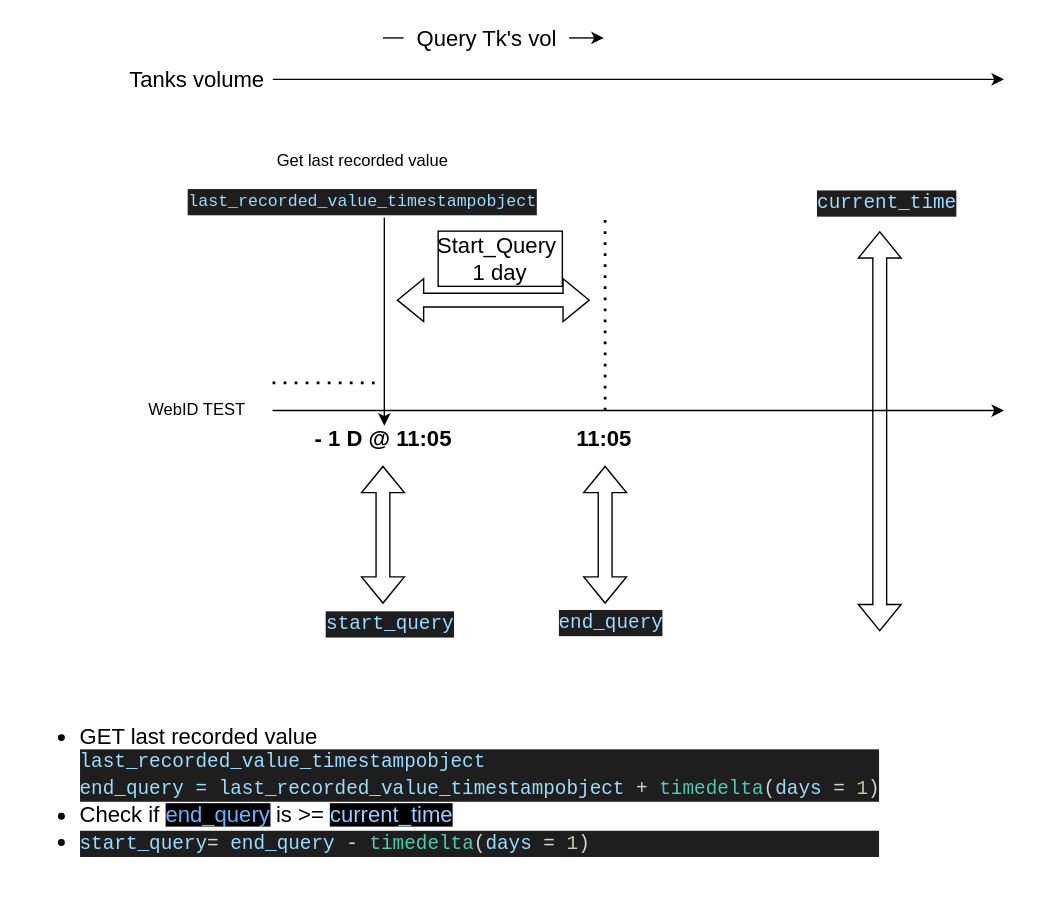
Earlier version of the draw.io diagram page "Page-4" (4 of 5) of Untitled Diagram.drawio (Wkurylo/docker_kubernetes_diagrams). Source tidied: cells renumbered, new cells numbered last; positions are measured from the earlier drawing's top-left corner, leaving out a move shared by most shapes. Both pictures are drawn from the tidied source at 138%, with x=0, y=0 at pixel (30, 23).
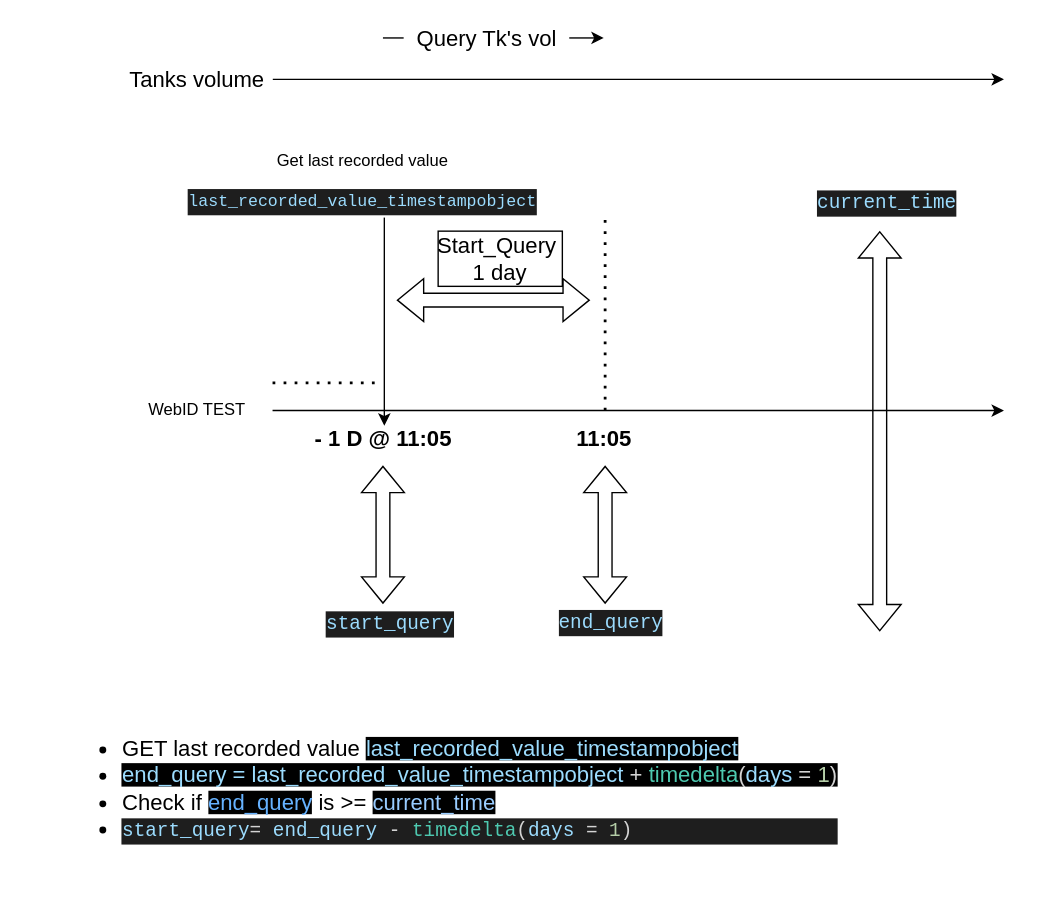
After the change.

The edit, as a diff of the source:
```diff
@@
-    <mxCell id="23" value="&lt;div align=&quot;left&quot;&gt;&lt;ul&gt;&lt;li&gt;GET last recorded value&lt;br&gt;&lt;div style=&quot;color: rgb(212 , 212 , 212) ; background-color: rgb(30 , 30 , 30) ; font-family: &amp;#34;consolas&amp;#34; , &amp;#34;courier new&amp;#34; , monospace ; font-weight: normal ; font-size: 14px ; line-height: 19px&quot;&gt;&lt;div&gt;&lt;span style=&quot;color: #9cdcfe&quot;&gt;last_recorded_value_timestampobject&lt;/span&gt;&lt;br&gt;&lt;span style=&quot;color: #9cdcfe&quot;&gt;end_query = last_recorded_value_timestampobject&lt;/span&gt;&lt;span style=&quot;color: #d4d4d4&quot;&gt; + &lt;/span&gt;&lt;span style=&quot;color: #4ec9b0&quot;&gt;timedelta&lt;/span&gt;&lt;span style=&quot;color: #d4d4d4&quot;&gt;(&lt;/span&gt;&lt;span style=&quot;color: #9cdcfe&quot;&gt;days&lt;/span&gt;&lt;span style=&quot;color: #d4d4d4&quot;&gt; = &lt;/span&gt;&lt;span style=&quot;color: #b5cea8&quot;&gt;1&lt;/span&gt;&lt;span style=&quot;color: #d4d4d4&quot;&gt;)&lt;/span&gt;&lt;span style=&quot;color: #9cdcfe&quot;&gt;&lt;/span&gt;&lt;span style=&quot;color: #9cdcfe&quot;&gt;&lt;/span&gt;&lt;span style=&quot;color: #9cdcfe&quot;&gt;&lt;/span&gt;&lt;/div&gt;&lt;/div&gt;&lt;/li&gt;&lt;li&gt;&lt;div&gt;Check if &lt;font color=&quot;#66B2FF&quot;&gt;&lt;span style=&quot;background-color: rgb(0 , 0 , 0)&quot;&gt;end_query&lt;/span&gt;&lt;/font&gt; is &amp;gt;= &lt;font color=&quot;#99CCFF&quot;&gt;&lt;span style=&quot;background-color: rgb(0 , 0 , 0)&quot;&gt;current_time&lt;/span&gt;&lt;/font&gt;&lt;/div&gt;&lt;/li&gt;&lt;li&gt;&lt;div style=&quot;color: rgb(212 , 212 , 212) ; background-color: rgb(30 , 30 , 30) ; font-family: &amp;#34;consolas&amp;#34; , &amp;#34;courier new&amp;#34; , monospace ; font-weight: normal ; font-size: 14px ; line-height: 19px&quot;&gt;&lt;div&gt;&lt;span style=&quot;color: #9cdcfe&quot;&gt;start_query&lt;/span&gt;&lt;span style=&quot;color: #d4d4d4&quot;&gt;= &lt;/span&gt;&lt;span style=&quot;color: #9cdcfe&quot;&gt;end_query&lt;/span&gt;&lt;span style=&quot;color: #d4d4d4&quot;&gt; - &lt;/span&gt;&lt;span style=&quot;color: #4ec9b0&quot;&gt;timedelta&lt;/span&gt;&lt;span style=&quot;color: #d4d4d4&quot;&gt;(&lt;/span&gt;&lt;span style=&quot;color: #9cdcfe&quot;&gt;days&lt;/span&gt;&lt;span style=&quot;color: #d4d4d4&quot;&gt; = &lt;/span&gt;&lt;span style=&quot;color: #b5cea8&quot;&gt;1&lt;/span&gt;&lt;span style=&quot;color: #d4d4d4&quot;&gt;)&lt;/span&gt;&lt;/div&gt;&lt;/div&gt;&lt;/li&gt;&lt;/ul&gt;&lt;/div&gt;" style="text;html=1;align=center;verticalAlign=middle;strokeColor=none;fillColor=#FFFFFF;fontSize=16;" parent="1" vertex="1">
-      <mxGeometry y="490" width="610" height="130" as="geometry" />
+    <mxCell id="23" value="&lt;div align=&quot;left&quot;&gt;&lt;ul&gt;&lt;li&gt;GET last recorded value&lt;span style=&quot;color: #9cdcfe&quot;&gt; &lt;span style=&quot;background-color: rgb(0 , 0 , 0)&quot;&gt;last_recorded_value_timestampobject&lt;/span&gt;&lt;/span&gt;&lt;span style=&quot;color: #9cdcfe&quot;&gt;&lt;/span&gt;&lt;/li&gt;&lt;li&gt;&lt;span style=&quot;background-color: rgb(0 , 0 , 0)&quot;&gt;&lt;span style=&quot;color: #9cdcfe&quot;&gt;end_query = last_recorded_value_timestampobject&lt;/span&gt;&lt;span style=&quot;color: #d4d4d4&quot;&gt; + &lt;/span&gt;&lt;span style=&quot;color: #4ec9b0&quot;&gt;timedelta&lt;/span&gt;&lt;span style=&quot;color: #d4d4d4&quot;&gt;(&lt;/span&gt;&lt;span style=&quot;color: #9cdcfe&quot;&gt;days&lt;/span&gt;&lt;span style=&quot;color: #d4d4d4&quot;&gt; = &lt;/span&gt;&lt;span style=&quot;color: #b5cea8&quot;&gt;1&lt;/span&gt;&lt;span style=&quot;color: #d4d4d4&quot;&gt;)&lt;/span&gt;&lt;/span&gt;&lt;span style=&quot;color: #9cdcfe&quot;&gt;&lt;/span&gt;&lt;span style=&quot;color: #9cdcfe&quot;&gt;&lt;/span&gt;&lt;/li&gt;&lt;li&gt;&lt;div&gt;Check if &lt;font color=&quot;#66B2FF&quot;&gt;&lt;span style=&quot;background-color: rgb(0 , 0 , 0)&quot;&gt;end_query&lt;/span&gt;&lt;/font&gt; is &amp;gt;= &lt;font color=&quot;#99CCFF&quot;&gt;&lt;span style=&quot;background-color: rgb(0 , 0 , 0)&quot;&gt;current_time&lt;/span&gt;&lt;/font&gt;&lt;/div&gt;&lt;/li&gt;&lt;li&gt;&lt;div style=&quot;color: rgb(212 , 212 , 212) ; background-color: rgb(30 , 30 , 30) ; font-family: &amp;#34;consolas&amp;#34; , &amp;#34;courier new&amp;#34; , monospace ; font-weight: normal ; font-size: 14px ; line-height: 19px&quot;&gt;&lt;div&gt;&lt;span style=&quot;color: #9cdcfe&quot;&gt;start_query&lt;/span&gt;&lt;span style=&quot;color: #d4d4d4&quot;&gt;= &lt;/span&gt;&lt;span style=&quot;color: #9cdcfe&quot;&gt;end_query&lt;/span&gt;&lt;span style=&quot;color: #d4d4d4&quot;&gt; - &lt;/span&gt;&lt;span style=&quot;color: #4ec9b0&quot;&gt;timedelta&lt;/span&gt;&lt;span style=&quot;color: #d4d4d4&quot;&gt;(&lt;/span&gt;&lt;span style=&quot;color: #9cdcfe&quot;&gt;days&lt;/span&gt;&lt;span style=&quot;color: #d4d4d4&quot;&gt; = &lt;/span&gt;&lt;span style=&quot;color: #b5cea8&quot;&gt;1&lt;/span&gt;&lt;span style=&quot;color: #d4d4d4&quot;&gt;)&lt;/span&gt;&lt;/div&gt;&lt;/div&gt;&lt;/li&gt;&lt;/ul&gt;&lt;/div&gt;" style="text;html=1;align=center;verticalAlign=middle;strokeColor=none;fillColor=#FFFFFF;fontSize=16;" parent="1" vertex="1">
+      <mxGeometry x="20" y="500" width="570" height="110" as="geometry" />
     </mxCell>
```
